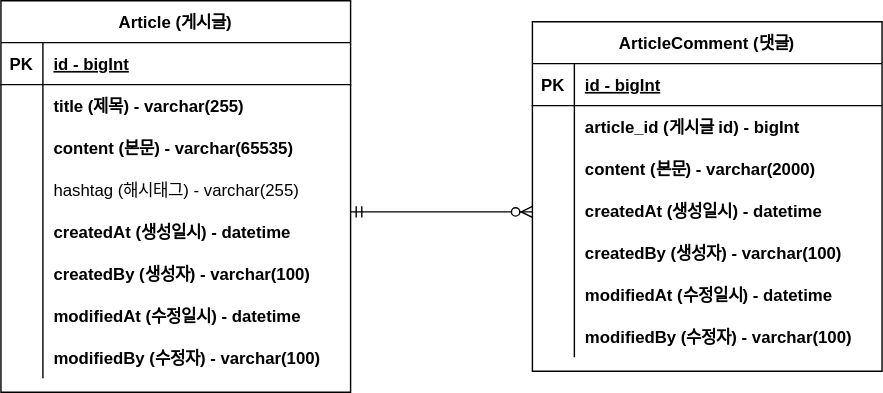
This is project-board-erd.svg from TD-Kim/fastcampus-project-board, a draw.io export, as it was before one commit. Source tidied: cells renumbered, new cells last; positions are measured from the earlier drawing's top-left corner, leaving out a move shared by most shapes.
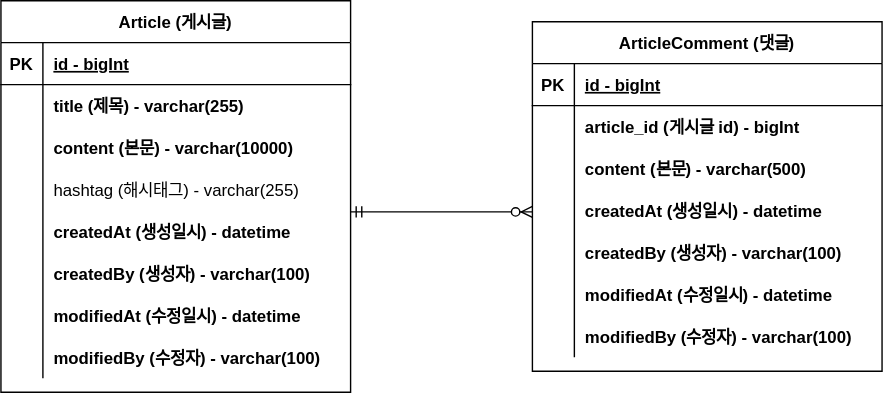
The same file after the commit.

Change to the diagram source:
```diff
@@ -29,7 +29,7 @@
     <mxCell id="10" style="shape=partialRectangle;overflow=hidden;fillColor=none;top=0;left=0;bottom=0;right=0;" parent="9" vertex="1">
       <mxGeometry width="30" height="30" as="geometry" />
     </mxCell>
-    <mxCell id="11" value="content (본문) - varchar(65535)" style="shape=partialRectangle;overflow=hidden;fillColor=none;top=0;left=0;bottom=0;right=0;align=left;spacingLeft=6;fontStyle=1;" parent="9" vertex="1">
+    <mxCell id="11" value="content (본문) - varchar(10000)" style="shape=partialRectangle;overflow=hidden;fillColor=none;top=0;left=0;bottom=0;right=0;align=left;spacingLeft=6;fontStyle=1;" parent="9" vertex="1">
       <mxGeometry x="30" width="220" height="30" as="geometry" />
     </mxCell>
     <mxCell id="12" style="shape=partialRectangle;fillColor=none;top=0;left=0;right=0;bottom=0;" parent="2" vertex="1">
@@ -104,7 +104,7 @@
     <mxCell id="35" style="shape=partialRectangle;overflow=hidden;fillColor=none;top=0;left=0;bottom=0;right=0;" parent="34" vertex="1">
       <mxGeometry width="30" height="30" as="geometry" />
     </mxCell>
-    <mxCell id="36" value="content (본문) - varchar(2000)" style="shape=partialRectangle;overflow=hidden;fillColor=none;top=0;left=0;bottom=0;right=0;align=left;spacingLeft=6;fontStyle=1;" parent="34" vertex="1">
+    <mxCell id="36" value="content (본문) - varchar(500)" style="shape=partialRectangle;overflow=hidden;fillColor=none;top=0;left=0;bottom=0;right=0;align=left;spacingLeft=6;fontStyle=1;" parent="34" vertex="1">
       <mxGeometry x="30" width="220" height="30" as="geometry" />
     </mxCell>
     <mxCell id="37" style="shape=partialRectangle;fillColor=none;top=0;left=0;right=0;bottom=0;" parent="27" vertex="1">
```
